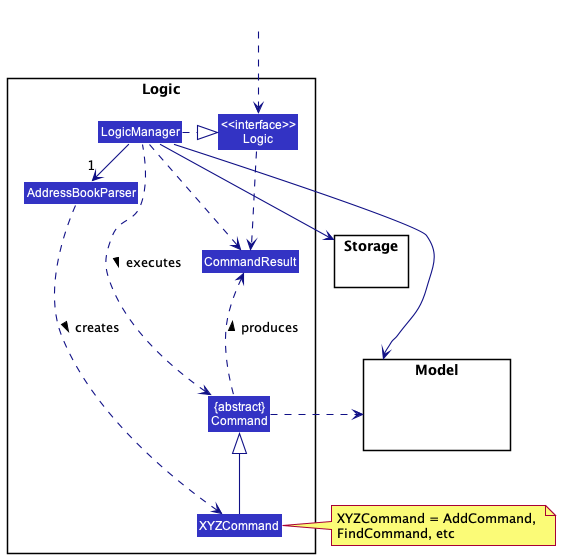
Before: docs/images/LogicClassDiagram.png, a diagram exported from PlantUML (nus-cs2103-AY2223S1/tp).
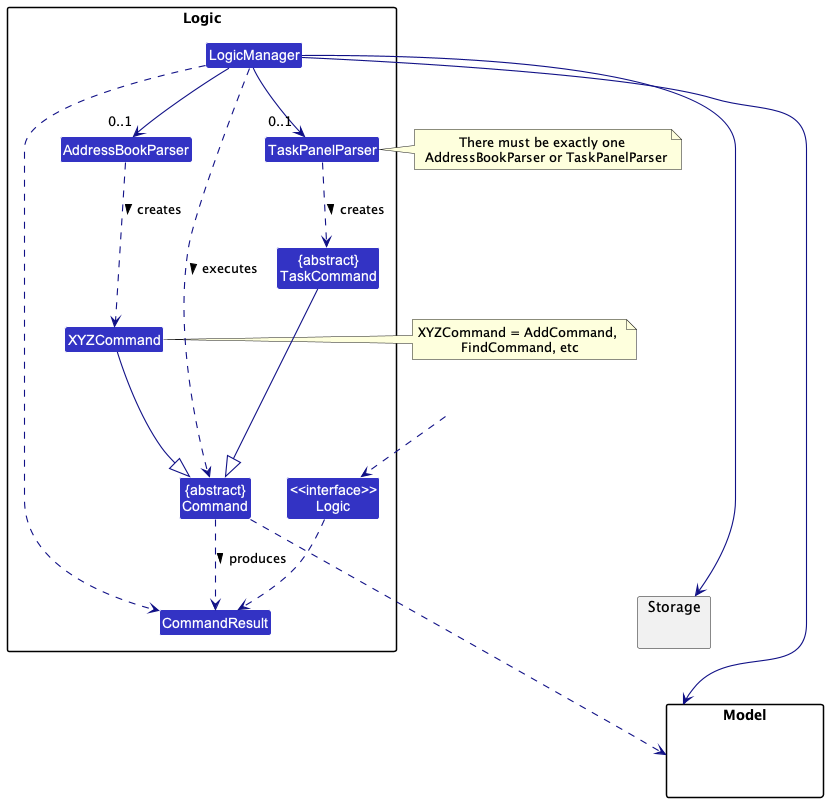
After the commit.

Change to the diagram source:
```diff
@@ -1,46 +1,54 @@
 @startuml
+
 !include style.puml
 skinparam arrowThickness 1.1
 skinparam arrowColor LOGIC_COLOR_T4
 skinparam classBackgroundColor LOGIC_COLOR
 
 package Logic {
-
-Class AddressBookParser
-Class XYZCommand
-Class CommandResult
-Class "{abstract}\nCommand" as Command
+    Class AddressBookParser
+    Class XYZCommand
+    Class TaskPanelParser
+    Class "{abstract}\nTaskCommand" as TaskCommand
+    Class CommandResult
+    Class "{abstract}\nCommand" as Command
 
 
-Class "<<interface>>\nLogic" as Logic
-Class LogicManager
+    Class "<<interface>>\nLogic" as Logic
+    Class LogicManager
 }
 
-package Model{
-Class HiddenModel #FFFFFF
+package Model {
+    Class HiddenModel #FFFFFF
 }
 
-package Storage{
-}
+package Storage {}
 
 Class HiddenOutside #FFFFFF
 HiddenOutside ..> Logic
 
-LogicManager .right.|> Logic
-LogicManager -right->"1" AddressBookParser
+LogicManager -->"0..1" AddressBookParser
+LogicManager -->"0..1" TaskPanelParser
 AddressBookParser ..> XYZCommand : creates >
+TaskPanelParser ..> TaskCommand : creates >
+AddressBookParser -[hidden]left-> TaskPanelParser
+LogicManager -[hidden]down-> TaskPanelParser
+LogicManager -[hidden]down-> AddressBookParser
+note right of TaskPanelParser: There must be exactly one \n AddressBookParser or TaskPanelParser
 
-XYZCommand -up-|> Command
-LogicManager .left.> Command : executes >
+XYZCommand --|> Command
+TaskCommand ---|> Command
+LogicManager ..> Command : executes >
 
 LogicManager --> Model
 LogicManager --> Storage
 Storage --[hidden] Model
-Command .[hidden]up.> Storage
-Command .right.> Model
+Command .[hidden].> Storage
+Command ..> Model
 note right of XYZCommand: XYZCommand = AddCommand, \nFindCommand, etc
 
 Logic ..> CommandResult
-LogicManager .down.> CommandResult
-Command .up.> CommandResult : produces >
+LogicManager ..> CommandResult
+Command ..> CommandResult : produces >
+
 @enduml
```
